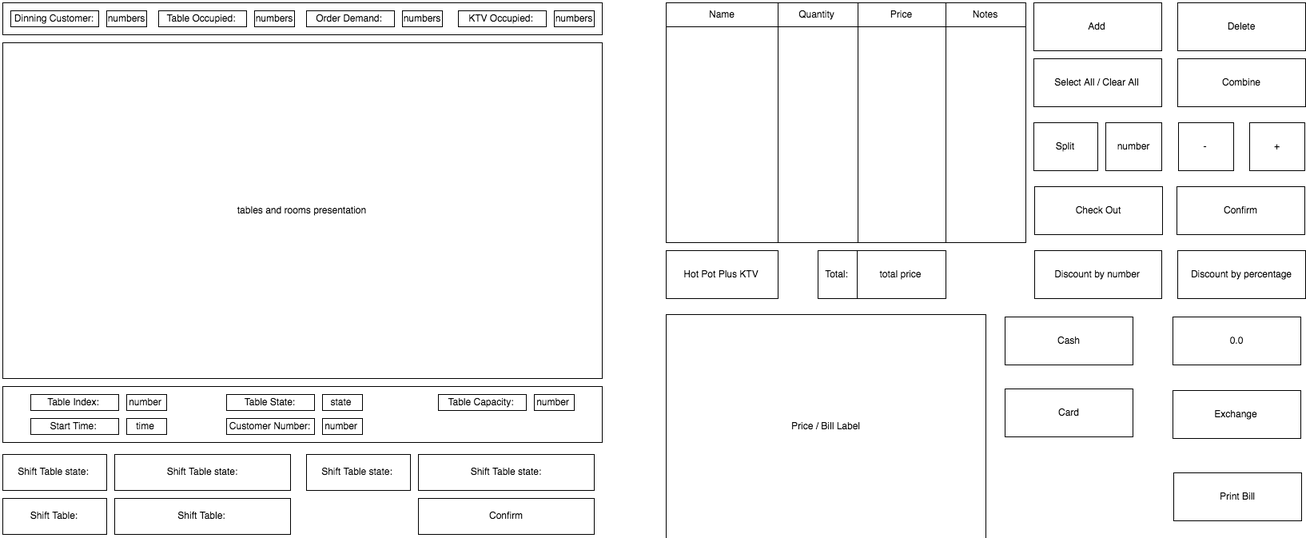
Earlier version of the draw.io export Cash_system.png (sophiafu33/RockSugarSystem). Source tidied: cells renumbered, new cells last; positions are measured from the earlier drawing's top-left corner, leaving out a move shared by most shapes.
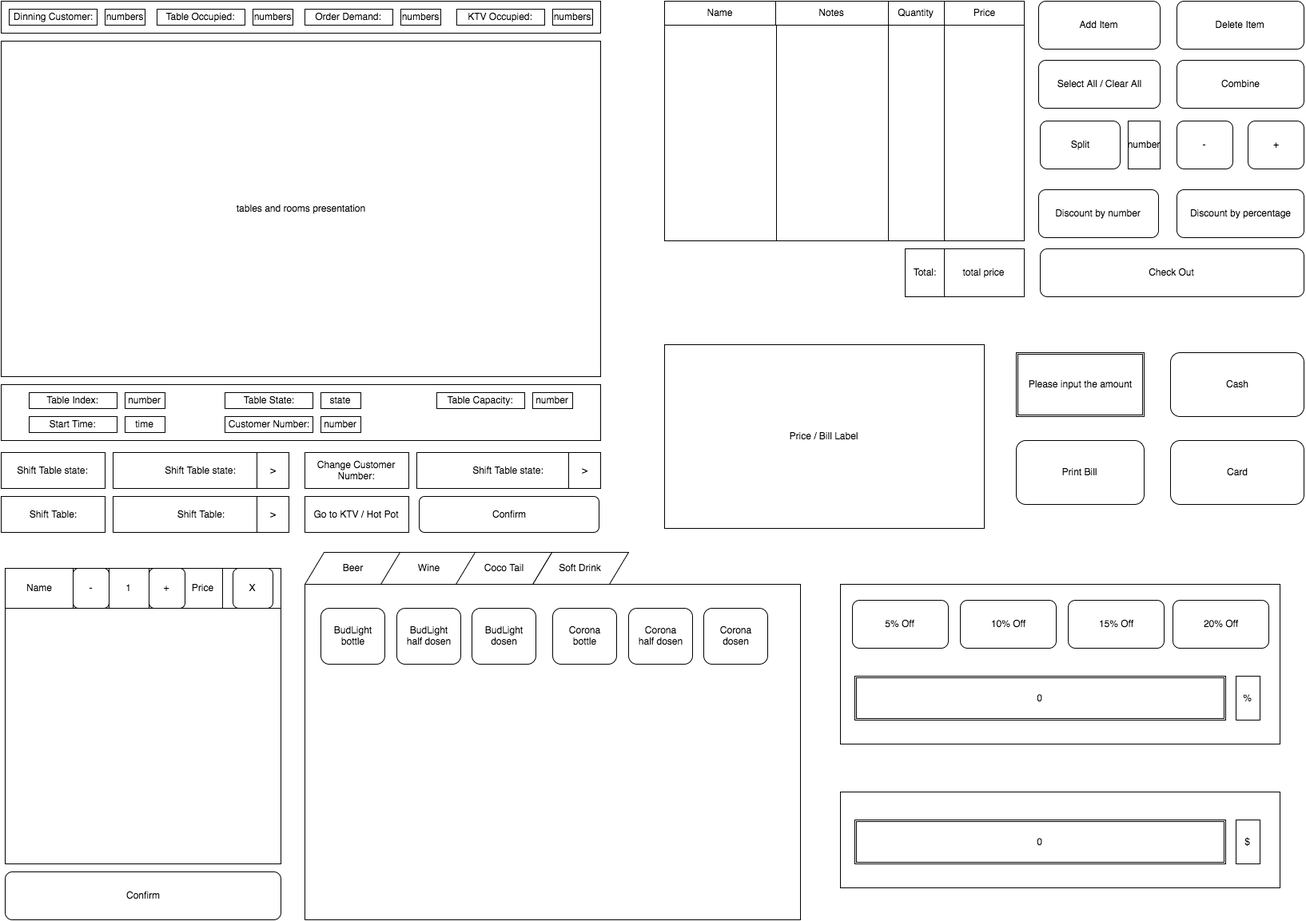
After the change.

Commit message:
cash subsystem UI design

add pop up UI view

The edit, as a diff of the source:
```diff
@@ -77,15 +77,12 @@
     <mxCell id="26" value="Shift Table:" style="whiteSpace=wrap;html=1;" parent="1" vertex="1">
       <mxGeometry x="140" y="620" width="220" height="45" as="geometry" />
     </mxCell>
-    <mxCell id="27" value="Shift Table state:" style="whiteSpace=wrap;html=1;" parent="1" vertex="1">
+    <mxCell id="27" value="Change Customer Number:" style="whiteSpace=wrap;html=1;" parent="1" vertex="1">
       <mxGeometry x="380" y="565" width="130" height="45" as="geometry" />
     </mxCell>
     <mxCell id="28" value="Shift Table state:" style="whiteSpace=wrap;html=1;" parent="1" vertex="1">
-      <mxGeometry x="520" y="565" width="220" height="45" as="geometry" />
+      <mxGeometry x="520" y="565" width="230" height="45" as="geometry" />
     </mxCell>
-    <mxCell id="29" value="Confirm" style="whiteSpace=wrap;html=1;" parent="1" vertex="1">
-      <mxGeometry x="520" y="620" width="220" height="45" as="geometry" />
-    </mxCell>
     <mxCell id="30" style="whiteSpace=wrap;html=1;" parent="1" vertex="1">
       <mxGeometry x="830" width="450" height="300" as="geometry" />
     </mxCell>
@@ -93,88 +90,181 @@
       <mxGeometry x="830" width="140" height="300" as="geometry" />
     </mxCell>
     <mxCell id="32" style="whiteSpace=wrap;html=1;" parent="1" vertex="1">
-      <mxGeometry x="970" width="100" height="300" as="geometry" />
+      <mxGeometry x="970" width="140" height="300" as="geometry" />
     </mxCell>
     <mxCell id="33" style="whiteSpace=wrap;html=1;" parent="1" vertex="1">
-      <mxGeometry x="1070" width="110" height="300" as="geometry" />
+      <mxGeometry x="1110" width="70" height="300" as="geometry" />
     </mxCell>
     <mxCell id="34" value="Name" style="whiteSpace=wrap;html=1;" parent="1" vertex="1">
       <mxGeometry x="830" width="140" height="30" as="geometry" />
     </mxCell>
     <mxCell id="35" value="Quantity" style="whiteSpace=wrap;html=1;" parent="1" vertex="1">
-      <mxGeometry x="970" width="100" height="30" as="geometry" />
+      <mxGeometry x="1110" width="70" height="30" as="geometry" />
     </mxCell>
     <mxCell id="36" value="Price" style="whiteSpace=wrap;html=1;" parent="1" vertex="1">
-      <mxGeometry x="1070" width="110" height="30" as="geometry" />
+      <mxGeometry x="1180" width="100" height="30" as="geometry" />
     </mxCell>
-    <mxCell id="37" value="Add" style="whiteSpace=wrap;html=1;" parent="1" vertex="1">
-      <mxGeometry x="1290" width="160" height="60" as="geometry" />
-    </mxCell>
+    <mxCell id="47" value="number" style="whiteSpace=wrap;html=1;" parent="1" vertex="1">
+      <mxGeometry x="1410" y="150" width="40" height="60" as="geometry" />
+    </mxCell>
+    <mxCell id="49" value="Price / Bill Label" style="whiteSpace=wrap;html=1;" parent="1" vertex="1">
+      <mxGeometry x="830" y="430" width="400" height="230" as="geometry" />
+    </mxCell>
+    <mxCell id="54" value="Total:" style="whiteSpace=wrap;html=1;" parent="1" vertex="1">
+      <mxGeometry x="1131" y="310" width="49" height="60" as="geometry" />
+    </mxCell>
+    <mxCell id="56" value="total price" style="whiteSpace=wrap;html=1;" parent="1" vertex="1">
+      <mxGeometry x="1180" y="310" width="100" height="60" as="geometry" />
+    </mxCell>
+    <mxCell id="59" value="Notes" style="whiteSpace=wrap;html=1;" parent="1" vertex="1">
+      <mxGeometry x="969" width="141" height="30" as="geometry" />
+    </mxCell>
+    <mxCell id="60" value="&lt;span&gt;Go to KTV / Hot Pot&lt;/span&gt;" style="whiteSpace=wrap;html=1;" parent="1" vertex="1">
+      <mxGeometry x="380" y="620" width="130" height="45" as="geometry" />
+    </mxCell>
+    <mxCell id="61" style="whiteSpace=wrap;html=1;" parent="1" vertex="1">
+      <mxGeometry x="380" y="730" width="620" height="420" as="geometry" />
+    </mxCell>
+    <mxCell id="62" value="Beer" style="shape=parallelogram;whiteSpace=wrap;html=1;" parent="1" vertex="1">
+      <mxGeometry x="380" y="690" width="120" height="40" as="geometry" />
+    </mxCell>
+    <mxCell id="63" value="Wine" style="shape=parallelogram;whiteSpace=wrap;html=1;" parent="1" vertex="1">
+      <mxGeometry x="475" y="690" width="120" height="40" as="geometry" />
+    </mxCell>
+    <mxCell id="64" value="Soft Drink" style="shape=parallelogram;whiteSpace=wrap;html=1;" parent="1" vertex="1">
+      <mxGeometry x="665" y="690" width="120" height="40" as="geometry" />
+    </mxCell>
+    <mxCell id="65" style="whiteSpace=wrap;html=1;" parent="1" vertex="1">
+      <mxGeometry x="5" y="710" width="345" height="370" as="geometry" />
+    </mxCell>
+    <mxCell id="66" value="Confirm" style="rounded=1;whiteSpace=wrap;html=1;" parent="1" vertex="1">
+      <mxGeometry x="5" y="1090" width="345" height="60" as="geometry" />
+    </mxCell>
+    <mxCell id="67" style="whiteSpace=wrap;html=1;" parent="1" vertex="1">
+      <mxGeometry x="5" y="710" width="345" height="50" as="geometry" />
+    </mxCell>
+    <mxCell id="68" value="Name" style="whiteSpace=wrap;html=1;" parent="1" vertex="1">
+      <mxGeometry x="5" y="710" width="85" height="50" as="geometry" />
+    </mxCell>
+    <mxCell id="69" value="Price" style="whiteSpace=wrap;html=1;" parent="1" vertex="1">
+      <mxGeometry x="227" y="710" width="50" height="50" as="geometry" />
+    </mxCell>
+    <mxCell id="70" value="-" style="rounded=1;whiteSpace=wrap;html=1;" parent="1" vertex="1">
+      <mxGeometry x="90" y="710" width="45" height="50" as="geometry" />
+    </mxCell>
+    <mxCell id="71" value="+" style="rounded=1;whiteSpace=wrap;html=1;" parent="1" vertex="1">
+      <mxGeometry x="185" y="710" width="45" height="50" as="geometry" />
+    </mxCell>
+    <mxCell id="72" value="1" style="whiteSpace=wrap;html=1;" parent="1" vertex="1">
+      <mxGeometry x="135" y="710" width="50" height="50" as="geometry" />
+    </mxCell>
+    <mxCell id="73" value="X" style="rounded=1;whiteSpace=wrap;html=1;" parent="1" vertex="1">
+      <mxGeometry x="290" y="710" width="50" height="50" as="geometry" />
+    </mxCell>
+    <mxCell id="74" value="BudLight&lt;div&gt;bottle&lt;/div&gt;" style="rounded=1;whiteSpace=wrap;html=1;" parent="1" vertex="1">
+      <mxGeometry x="400" y="760" width="80" height="70" as="geometry" />
+    </mxCell>
+    <mxCell id="75" value="BudLight&lt;div&gt;dosen&lt;/div&gt;" style="rounded=1;whiteSpace=wrap;html=1;" parent="1" vertex="1">
+      <mxGeometry x="589" y="760" width="80" height="70" as="geometry" />
+    </mxCell>
+    <mxCell id="76" value="BudLight&lt;div&gt;half dosen&lt;/div&gt;" style="rounded=1;whiteSpace=wrap;html=1;" parent="1" vertex="1">
+      <mxGeometry x="495" y="760" width="80" height="70" as="geometry" />
+    </mxCell>
+    <mxCell id="77" value="&lt;div&gt;Corona&lt;/div&gt;&lt;div&gt;bottle&lt;/div&gt;" style="rounded=1;whiteSpace=wrap;html=1;" parent="1" vertex="1">
+      <mxGeometry x="690" y="760" width="80" height="70" as="geometry" />
+    </mxCell>
+    <mxCell id="78" value="&lt;div&gt;&lt;span&gt;Corona&lt;/span&gt;&lt;/div&gt;&lt;div&gt;dosen&lt;/div&gt;" style="rounded=1;whiteSpace=wrap;html=1;" parent="1" vertex="1">
+      <mxGeometry x="879" y="760" width="80" height="70" as="geometry" />
+    </mxCell>
+    <mxCell id="79" value="&lt;div&gt;&lt;span&gt;Corona&lt;/span&gt;&lt;/div&gt;&lt;div&gt;half dosen&lt;/div&gt;" style="rounded=1;whiteSpace=wrap;html=1;" parent="1" vertex="1">
+      <mxGeometry x="785" y="760" width="80" height="70" as="geometry" />
+    </mxCell>
+    <mxCell id="80" value="Coco Tail" style="shape=parallelogram;whiteSpace=wrap;html=1;" parent="1" vertex="1">
+      <mxGeometry x="569" y="690" width="120" height="40" as="geometry" />
+    </mxCell>
+    <mxCell id="81" style="whiteSpace=wrap;html=1;" parent="1" vertex="1">
+      <mxGeometry x="1050" y="730" width="550" height="200" as="geometry" />
+    </mxCell>
+    <mxCell id="82" value="5% Off" style="rounded=1;whiteSpace=wrap;html=1;" parent="1" vertex="1">
+      <mxGeometry x="1065" y="750" width="120" height="60" as="geometry" />
+    </mxCell>
+    <mxCell id="83" value="10% Off" style="rounded=1;whiteSpace=wrap;html=1;" parent="1" vertex="1">
+      <mxGeometry x="1200" y="750" width="120" height="60" as="geometry" />
+    </mxCell>
+    <mxCell id="84" value="15% Off" style="rounded=1;whiteSpace=wrap;html=1;" parent="1" vertex="1">
+      <mxGeometry x="1335" y="750" width="120" height="60" as="geometry" />
+    </mxCell>
+    <mxCell id="85" value="20% Off" style="rounded=1;whiteSpace=wrap;html=1;" parent="1" vertex="1">
+      <mxGeometry x="1466" y="750" width="120" height="60" as="geometry" />
+    </mxCell>
+    <mxCell id="86" value="%" style="whiteSpace=wrap;html=1;" parent="1" vertex="1">
+      <mxGeometry x="1545" y="845" width="30" height="55" as="geometry" />
+    </mxCell>
+    <mxCell id="87" style="whiteSpace=wrap;html=1;" parent="1" vertex="1">
+      <mxGeometry x="1050" y="990" width="550" height="120" as="geometry" />
+    </mxCell>
+    <mxCell id="88" value="$" style="whiteSpace=wrap;html=1;" parent="1" vertex="1">
+      <mxGeometry x="1545" y="1025" width="30" height="55" as="geometry" />
+    </mxCell>
-    <mxCell id="38" value="Check Out" style="whiteSpace=wrap;html=1;" parent="1" vertex="1">
-      <mxGeometry x="1291" y="230" width="160" height="60" as="geometry" />
+    <mxCell id="38" value="&lt;span&gt;Check Out&lt;/span&gt;" style="rounded=1;whiteSpace=wrap;html=1;" parent="1" vertex="1">
+      <mxGeometry x="1300" y="310" width="330" height="60" as="geometry" />
     </mxCell>
-    <mxCell id="39" value="Combine" style="whiteSpace=wrap;html=1;" parent="1" vertex="1">
-      <mxGeometry x="1470" y="70" width="160" height="60" as="geometry" />
-    </mxCell>
-    <mxCell id="40" value="Split" style="whiteSpace=wrap;html=1;" parent="1" vertex="1">
-      <mxGeometry x="1290" y="150" width="80" height="60" as="geometry" />
-    </mxCell>
-    <mxCell id="41" value="-" style="whiteSpace=wrap;html=1;" parent="1" vertex="1">
-      <mxGeometry x="1471" y="150" width="69" height="60" as="geometry" />
-    </mxCell>
-    <mxCell id="42" value="Discount by number" style="whiteSpace=wrap;html=1;" parent="1" vertex="1">
-      <mxGeometry x="1291" y="310" width="159" height="60" as="geometry" />
+    <mxCell id="42" value="&lt;span&gt;Discount by number&lt;/span&gt;" style="rounded=1;whiteSpace=wrap;html=1;" parent="1" vertex="1">
+      <mxGeometry x="1298" y="236" width="150" height="60" as="geometry" />
     </mxCell>
-    <mxCell id="43" value="&lt;span&gt;Discount by&amp;nbsp;&lt;/span&gt;percentage" style="whiteSpace=wrap;html=1;" parent="1" vertex="1">
-      <mxGeometry x="1470" y="310" width="160" height="60" as="geometry" />
+    <mxCell id="43" value="&lt;span&gt;Discount by&amp;nbsp;&lt;/span&gt;&lt;span&gt;percentage&lt;/span&gt;" style="rounded=1;whiteSpace=wrap;html=1;" parent="1" vertex="1">
+      <mxGeometry x="1471" y="236" width="159" height="60" as="geometry" />
     </mxCell>
-    <mxCell id="44" value="Confirm" style="whiteSpace=wrap;html=1;" parent="1" vertex="1">
-      <mxGeometry x="1469" y="230" width="160" height="60" as="geometry" />
-    </mxCell>
+    <mxCell id="89" value="+" style="rounded=1;whiteSpace=wrap;html=1;" parent="1" vertex="1">
+      <mxGeometry x="1560" y="150" width="70" height="60" as="geometry" />
+    </mxCell>
+    <mxCell id="90" value="-" style="rounded=1;whiteSpace=wrap;html=1;" parent="1" vertex="1">
+      <mxGeometry x="1471" y="150" width="70" height="60" as="geometry" />
+    </mxCell>
+    <mxCell id="40" value="Split" style="rounded=1;whiteSpace=wrap;html=1;" parent="1" vertex="1">
+      <mxGeometry x="1300" y="150" width="100" height="60" as="geometry" />
+    </mxCell>
-    <mxCell id="45" value="Select All / Clear All" style="whiteSpace=wrap;html=1;" parent="1" vertex="1">
-      <mxGeometry x="1290" y="70" width="160" height="60" as="geometry" />
+    <mxCell id="45" value="&lt;span&gt;Select All / Clear All&lt;/span&gt;" style="rounded=1;whiteSpace=wrap;html=1;" parent="1" vertex="1">
+      <mxGeometry x="1298" y="74" width="152" height="60" as="geometry" />
     </mxCell>
-    <mxCell id="46" value="+" style="whiteSpace=wrap;html=1;" parent="1" vertex="1">
-      <mxGeometry x="1560" y="150" width="69" height="60" as="geometry" />
-    </mxCell>
-    <mxCell id="47" value="number" style="whiteSpace=wrap;html=1;" parent="1" vertex="1">
-      <mxGeometry x="1380" y="150" width="70" height="60" as="geometry" />
-    </mxCell>
-    <mxCell id="48" value="Delete" style="whiteSpace=wrap;html=1;" parent="1" vertex="1">
-      <mxGeometry x="1470" width="160" height="60" as="geometry" />
-    </mxCell>
-    <mxCell id="49" value="Price / Bill Label" style="whiteSpace=wrap;html=1;" parent="1" vertex="1">
-      <mxGeometry x="830" y="390" width="400" height="280" as="geometry" />
-    </mxCell>
+    <mxCell id="39" value="&lt;span&gt;Combine&lt;/span&gt;" style="rounded=1;whiteSpace=wrap;html=1;" parent="1" vertex="1">
+      <mxGeometry x="1471" y="74" width="159" height="60" as="geometry" />
+    </mxCell>
+    <mxCell id="91" value="&lt;span&gt;Add Item&lt;/span&gt;" style="rounded=1;whiteSpace=wrap;html=1;" parent="1" vertex="1">
+      <mxGeometry x="1298" width="152" height="60" as="geometry" />
+    </mxCell>
+    <mxCell id="92" value="&lt;span&gt;Delete Item&lt;/span&gt;" style="rounded=1;whiteSpace=wrap;html=1;" parent="1" vertex="1">
+      <mxGeometry x="1471" width="159" height="60" as="geometry" />
+    </mxCell>
+    <mxCell id="93" value="Confirm" style="rounded=1;whiteSpace=wrap;html=1;" parent="1" vertex="1">
+      <mxGeometry x="523" y="620" width="225" height="45" as="geometry" />
+    </mxCell>
+    <mxCell id="94" value="&amp;gt;" style="whiteSpace=wrap;html=1;" parent="1" vertex="1">
+      <mxGeometry x="710" y="565" width="40" height="45" as="geometry" />
+    </mxCell>
+    <mxCell id="95" value="&amp;gt;" style="whiteSpace=wrap;html=1;" parent="1" vertex="1">
+      <mxGeometry x="320" y="565" width="40" height="45" as="geometry" />
+    </mxCell>
+    <mxCell id="96" value="&amp;gt;" style="whiteSpace=wrap;html=1;" parent="1" vertex="1">
+      <mxGeometry x="320" y="620" width="40" height="45" as="geometry" />
+    </mxCell>
+    <mxCell id="97" value="&lt;span&gt;Please input the amount&lt;/span&gt;" style="shape=ext;double=1;whiteSpace=wrap;html=1;" parent="1" vertex="1">
+      <mxGeometry x="1270" y="440" width="160" height="80" as="geometry" />
+    </mxCell>
+    <mxCell id="52" value="Cash" style="rounded=1;whiteSpace=wrap;html=1;" parent="1" vertex="1">
+      <mxGeometry x="1463" y="440" width="167" height="80" as="geometry" />
+    </mxCell>
-    <mxCell id="50" value="Card" style="whiteSpace=wrap;html=1;" parent="1" vertex="1">
-      <mxGeometry x="1254" y="483" width="160" height="60" as="geometry" />
+    <mxCell id="50" value="Card" style="rounded=1;whiteSpace=wrap;html=1;" parent="1" vertex="1">
+      <mxGeometry x="1463" y="550" width="167" height="80" as="geometry" />
     </mxCell>
-    <mxCell id="51" value="Print Bill" style="whiteSpace=wrap;html=1;" parent="1" vertex="1">
-      <mxGeometry x="1465" y="588" width="160" height="60" as="geometry" />
+    <mxCell id="51" value="&lt;span&gt;Print Bill&lt;/span&gt;" style="rounded=1;whiteSpace=wrap;html=1;" parent="1" vertex="1">
+      <mxGeometry x="1270" y="550" width="160" height="80" as="geometry" />
     </mxCell>
-    <mxCell id="52" value="Cash" style="whiteSpace=wrap;html=1;" parent="1" vertex="1">
-      <mxGeometry x="1254" y="393" width="160" height="60" as="geometry" />
-    </mxCell>
-    <mxCell id="53" value="&lt;div style=&quot;text-align: right&quot;&gt;&lt;span style=&quot;line-height: 1.2&quot;&gt;0.0&lt;/span&gt;&lt;/div&gt;" style="whiteSpace=wrap;html=1;" parent="1" vertex="1">
-      <mxGeometry x="1464" y="393" width="160" height="60" as="geometry" />
-    </mxCell>
-    <mxCell id="54" value="Total:" style="whiteSpace=wrap;html=1;" parent="1" vertex="1">
-      <mxGeometry x="1020" y="310" width="49" height="60" as="geometry" />
-    </mxCell>
-    <mxCell id="55" value="Exchange" style="whiteSpace=wrap;html=1;" parent="1" vertex="1">
-      <mxGeometry x="1464" y="485" width="160" height="60" as="geometry" />
-    </mxCell>
-    <mxCell id="56" value="total price" style="whiteSpace=wrap;html=1;" parent="1" vertex="1">
-      <mxGeometry x="1069" y="310" width="111" height="60" as="geometry" />
-    </mxCell>
-    <mxCell id="57" value="Hot Pot Plus KTV" style="whiteSpace=wrap;html=1;" parent="1" vertex="1">
-      <mxGeometry x="830" y="310" width="140" height="60" as="geometry" />
-    </mxCell>
-    <mxCell id="58" style="whiteSpace=wrap;html=1;" parent="1" vertex="1">
-      <mxGeometry x="1180" width="100" height="300" as="geometry" />
-    </mxCell>
-    <mxCell id="59" value="Notes" style="whiteSpace=wrap;html=1;" parent="1" vertex="1">
-      <mxGeometry x="1180" width="100" height="30" as="geometry" />
-    </mxCell>
+    <mxCell id="98" value="0" style="shape=ext;double=1;whiteSpace=wrap;html=1;" parent="1" vertex="1">
+      <mxGeometry x="1068" y="845" width="464" height="55" as="geometry" />
+    </mxCell>
+    <mxCell id="99" value="0" style="shape=ext;double=1;whiteSpace=wrap;html=1;" parent="1" vertex="1">
+      <mxGeometry x="1068" y="1025" width="464" height="55" as="geometry" />
+    </mxCell>
   </root>
 </mxGraphModel>
```
